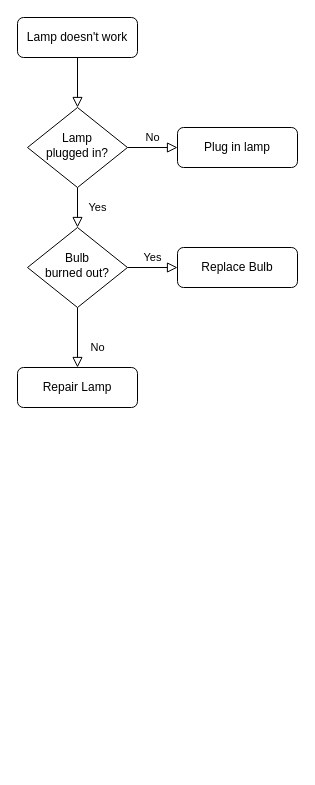
leonardodiasc/authenticationsystem keeps this draw.io diagram as Diagrama sem nome.drawio. Above is the earlier version. Source tidied: cells renumbered, new cells numbered last; positions are measured from the earlier drawing's top-left corner, leaving out a move shared by most shapes. Both pictures are drawn from the tidied source at 100%, with x=0, y=0 at pixel (17, 17).
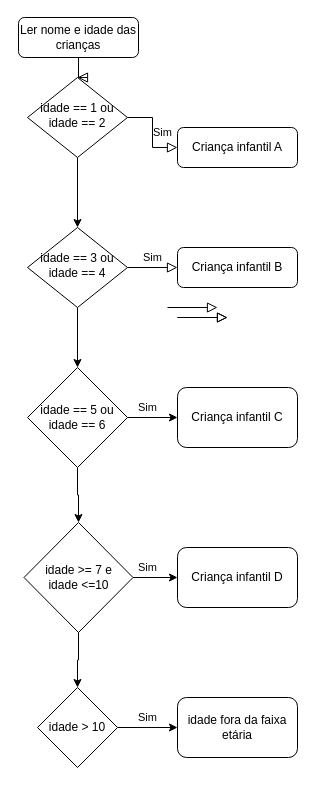
The same page after the edit.

The edit, as a diff of the source:
```diff
@@
-    <mxCell id="3" value="Lamp doesn't work" style="rounded=1;whiteSpace=wrap;html=1;fontSize=12;glass=0;strokeWidth=1;shadow=0;" parent="1" vertex="1">
-      <mxGeometry width="120" height="40" as="geometry" />
+    <mxCell id="3" value="Ler nome e idade das crianças" style="rounded=1;whiteSpace=wrap;html=1;fontSize=12;glass=0;strokeWidth=1;shadow=0;" parent="1" vertex="1">
+      <mxGeometry x="1" width="120" height="40" as="geometry" />
     </mxCell>
+    <mxCell id="5" value="Sim" style="edgeStyle=orthogonalEdgeStyle;rounded=0;html=1;jettySize=auto;fontSize=11;endArrow=block;endFill=0;endSize=8;strokeWidth=1;shadow=0;labelBackgroundColor=none;" parent="1" edge="1" source="6" target="7">
+      <mxGeometry y="10" relative="1" as="geometry" />
+    </mxCell>
-    <mxCell id="4" value="Yes" style="rounded=0;html=1;jettySize=auto;fontSize=11;endArrow=block;endFill=0;endSize=8;strokeWidth=1;shadow=0;labelBackgroundColor=none;edgeStyle=orthogonalEdgeStyle;" parent="1" edge="1" source="6" target="10">
-      <mxGeometry y="20" relative="1" as="geometry" />
+    <mxCell id="4" style="edgeStyle=orthogonalEdgeStyle;rounded=0;jettySize=auto;html=1;" parent="1" edge="1" source="6" target="10">
+      <mxGeometry relative="1" as="geometry" />
     </mxCell>
-    <mxCell id="5" value="No" style="edgeStyle=orthogonalEdgeStyle;rounded=0;html=1;jettySize=auto;fontSize=11;endArrow=block;endFill=0;endSize=8;strokeWidth=1;shadow=0;labelBackgroundColor=none;" parent="1" edge="1" source="6" target="7">
-      <mxGeometry y="10" relative="1" as="geometry" />
-    </mxCell>
-    <mxCell id="6" value="Lamp&lt;br&gt;plugged in?" style="rhombus;whiteSpace=wrap;html=1;shadow=0;fontFamily=Helvetica;fontSize=12;align=center;strokeWidth=1;spacing=6;spacingTop=-4;" parent="1" vertex="1">
-      <mxGeometry x="10" y="90" width="100" height="80" as="geometry" />
+    <mxCell id="6" value="&lt;div&gt;idade == 1 ou&lt;br&gt;&lt;/div&gt;&lt;div&gt;&amp;nbsp;idade == 2&amp;nbsp; &lt;/div&gt;" style="rhombus;whiteSpace=wrap;html=1;shadow=0;fontFamily=Helvetica;fontSize=12;align=center;strokeWidth=1;spacing=6;spacingTop=-4;" parent="1" vertex="1">
+      <mxGeometry x="10" y="60" width="100" height="80" as="geometry" />
     </mxCell>
-    <mxCell id="7" value="Plug in lamp" style="rounded=1;whiteSpace=wrap;html=1;fontSize=12;glass=0;strokeWidth=1;shadow=0;" parent="1" vertex="1">
+    <mxCell id="7" value="Criança infantil A" style="rounded=1;whiteSpace=wrap;html=1;fontSize=12;glass=0;strokeWidth=1;shadow=0;" parent="1" vertex="1">
       <mxGeometry x="160" y="110" width="120" height="40" as="geometry" />
     </mxCell>
-    <mxCell id="8" value="No" style="rounded=0;html=1;jettySize=auto;fontSize=11;endArrow=block;endFill=0;endSize=8;strokeWidth=1;shadow=0;labelBackgroundColor=none;edgeStyle=orthogonalEdgeStyle;" parent="1" edge="1" source="10" target="11">
-      <mxGeometry x="0.33" y="20" relative="1" as="geometry" />
-    </mxCell>
-    <mxCell id="9" value="Yes" style="edgeStyle=orthogonalEdgeStyle;rounded=0;html=1;jettySize=auto;fontSize=11;endArrow=block;endFill=0;endSize=8;strokeWidth=1;shadow=0;labelBackgroundColor=none;" parent="1" edge="1" source="10" target="12">
+    <mxCell id="9" value="Sim" style="edgeStyle=orthogonalEdgeStyle;rounded=0;html=1;jettySize=auto;fontSize=11;endArrow=block;endFill=0;endSize=8;strokeWidth=1;shadow=0;labelBackgroundColor=none;" parent="1" edge="1" source="10" target="12">
       <mxGeometry y="10" relative="1" as="geometry" />
     </mxCell>
+    <mxCell id="13" style="edgeStyle=orthogonalEdgeStyle;rounded=0;jettySize=auto;html=1;" parent="1" edge="1" source="10" target="19">
+      <mxGeometry relative="1" as="geometry" />
+    </mxCell>
-    <mxCell id="10" value="Bulb&lt;br&gt;burned out?" style="rhombus;whiteSpace=wrap;html=1;shadow=0;fontFamily=Helvetica;fontSize=12;align=center;strokeWidth=1;spacing=6;spacingTop=-4;" parent="1" vertex="1">
+    <mxCell id="10" value="idade == 3 ou idade == 4" style="rhombus;whiteSpace=wrap;html=1;shadow=0;fontFamily=Helvetica;fontSize=12;align=center;strokeWidth=1;spacing=6;spacingTop=-4;" parent="1" vertex="1">
       <mxGeometry x="10" y="210" width="100" height="80" as="geometry" />
     </mxCell>
-    <mxCell id="11" value="Repair Lamp" style="rounded=1;whiteSpace=wrap;html=1;fontSize=12;glass=0;strokeWidth=1;shadow=0;" parent="1" vertex="1">
-      <mxGeometry y="350" width="120" height="40" as="geometry" />
-    </mxCell>
-    <mxCell id="12" value="Replace Bulb" style="rounded=1;whiteSpace=wrap;html=1;fontSize=12;glass=0;strokeWidth=1;shadow=0;" parent="1" vertex="1">
+    <mxCell id="12" value="Criança infantil B" style="rounded=1;whiteSpace=wrap;html=1;fontSize=12;glass=0;strokeWidth=1;shadow=0;" parent="1" vertex="1">
       <mxGeometry x="160" y="230" width="120" height="40" as="geometry" />
     </mxCell>
+    <mxCell id="14" style="edgeStyle=orthogonalEdgeStyle;rounded=0;jettySize=auto;html=1;" parent="1" edge="1" source="16" target="21">
+      <mxGeometry relative="1" as="geometry" />
+    </mxCell>
+    <mxCell id="15" style="edgeStyle=orthogonalEdgeStyle;rounded=0;jettySize=auto;html=1;" parent="1" edge="1" source="16" target="25">
+      <mxGeometry relative="1" as="geometry" />
+    </mxCell>
+    <mxCell id="16" value="&lt;div&gt;idade &amp;gt;= 7 e &lt;br&gt;&lt;/div&gt;&lt;div&gt;idade &amp;lt;=10&lt;/div&gt;" style="rhombus;whiteSpace=wrap;html=1;" parent="1" vertex="1">
+      <mxGeometry x="6.5" y="505" width="109" height="110" as="geometry" />
+    </mxCell>
+    <mxCell id="17" style="edgeStyle=orthogonalEdgeStyle;rounded=0;jettySize=auto;html=1;" parent="1" edge="1" source="19" target="16">
+      <mxGeometry relative="1" as="geometry" />
+    </mxCell>
+    <mxCell id="18" style="edgeStyle=orthogonalEdgeStyle;rounded=0;jettySize=auto;html=1;" parent="1" edge="1" source="19" target="20">
+      <mxGeometry relative="1" as="geometry" />
+    </mxCell>
+    <mxCell id="19" value="idade == 5 ou idade == 6" style="rhombus;whiteSpace=wrap;html=1;" parent="1" vertex="1">
+      <mxGeometry x="10" y="350" width="100" height="100" as="geometry" />
+    </mxCell>
+    <mxCell id="20" value="Criança infantil C" style="rounded=1;whiteSpace=wrap;html=1;" parent="1" vertex="1">
+      <mxGeometry x="160" y="370" width="120" height="60" as="geometry" />
+    </mxCell>
+    <mxCell id="21" value="Criança infantil D" style="rounded=1;whiteSpace=wrap;html=1;" parent="1" vertex="1">
+      <mxGeometry x="160" y="530" width="120" height="60" as="geometry" />
+    </mxCell>
+    <mxCell id="22" value="Sim" style="edgeStyle=orthogonalEdgeStyle;rounded=0;html=1;jettySize=auto;orthogonalLoop=1;fontSize=11;endArrow=block;endFill=0;endSize=8;strokeWidth=1;shadow=0;labelBackgroundColor=none;" parent="1" edge="1">
+      <mxGeometry x="-1" y="-102" relative="1" as="geometry">
+        <mxPoint x="150" y="290" as="sourcePoint" />
+        <mxPoint x="200" y="290" as="targetPoint" />
+        <mxPoint x="-20" y="-2" as="offset" />
+      </mxGeometry>
+    </mxCell>
+    <mxCell id="23" value="Sim" style="edgeStyle=orthogonalEdgeStyle;rounded=0;html=1;jettySize=auto;orthogonalLoop=1;fontSize=11;endArrow=block;endFill=0;endSize=8;strokeWidth=1;shadow=0;labelBackgroundColor=none;" parent="1" edge="1">
+      <mxGeometry x="-1" y="-252" relative="1" as="geometry">
+        <mxPoint x="160" y="300" as="sourcePoint" />
+        <mxPoint x="210" y="300" as="targetPoint" />
+        <Array as="points">
+          <mxPoint x="180" y="300" />
+          <mxPoint x="180" y="300" />
+        </Array>
+        <mxPoint x="-30" y="-2" as="offset" />
+      </mxGeometry>
+    </mxCell>
+    <mxCell id="24" style="edgeStyle=orthogonalEdgeStyle;rounded=0;jettySize=auto;html=1;" parent="1" edge="1" source="25" target="26">
+      <mxGeometry relative="1" as="geometry" />
+    </mxCell>
+    <mxCell id="25" value="idade &amp;gt; 10" style="rhombus;whiteSpace=wrap;html=1;" parent="1" vertex="1">
+      <mxGeometry x="20" y="670" width="80" height="80" as="geometry" />
+    </mxCell>
+    <mxCell id="26" value="idade fora da faixa etária" style="rounded=1;whiteSpace=wrap;html=1;" parent="1" vertex="1">
+      <mxGeometry x="160" y="680" width="120" height="60" as="geometry" />
+    </mxCell>
+    <mxCell id="27" value="Sim" style="edgeStyle=orthogonalEdgeStyle;rounded=0;html=1;jettySize=auto;orthogonalLoop=1;fontSize=11;endArrow=block;endFill=0;endSize=8;strokeWidth=1;shadow=0;labelBackgroundColor=none;" parent="1" edge="1">
+      <mxGeometry x="-1" y="-401" relative="1" as="geometry">
+        <mxPoint x="160" y="300" as="sourcePoint" />
+        <mxPoint x="210" y="300" as="targetPoint" />
+        <mxPoint x="-30" y="-1" as="offset" />
+      </mxGeometry>
+    </mxCell>
```
